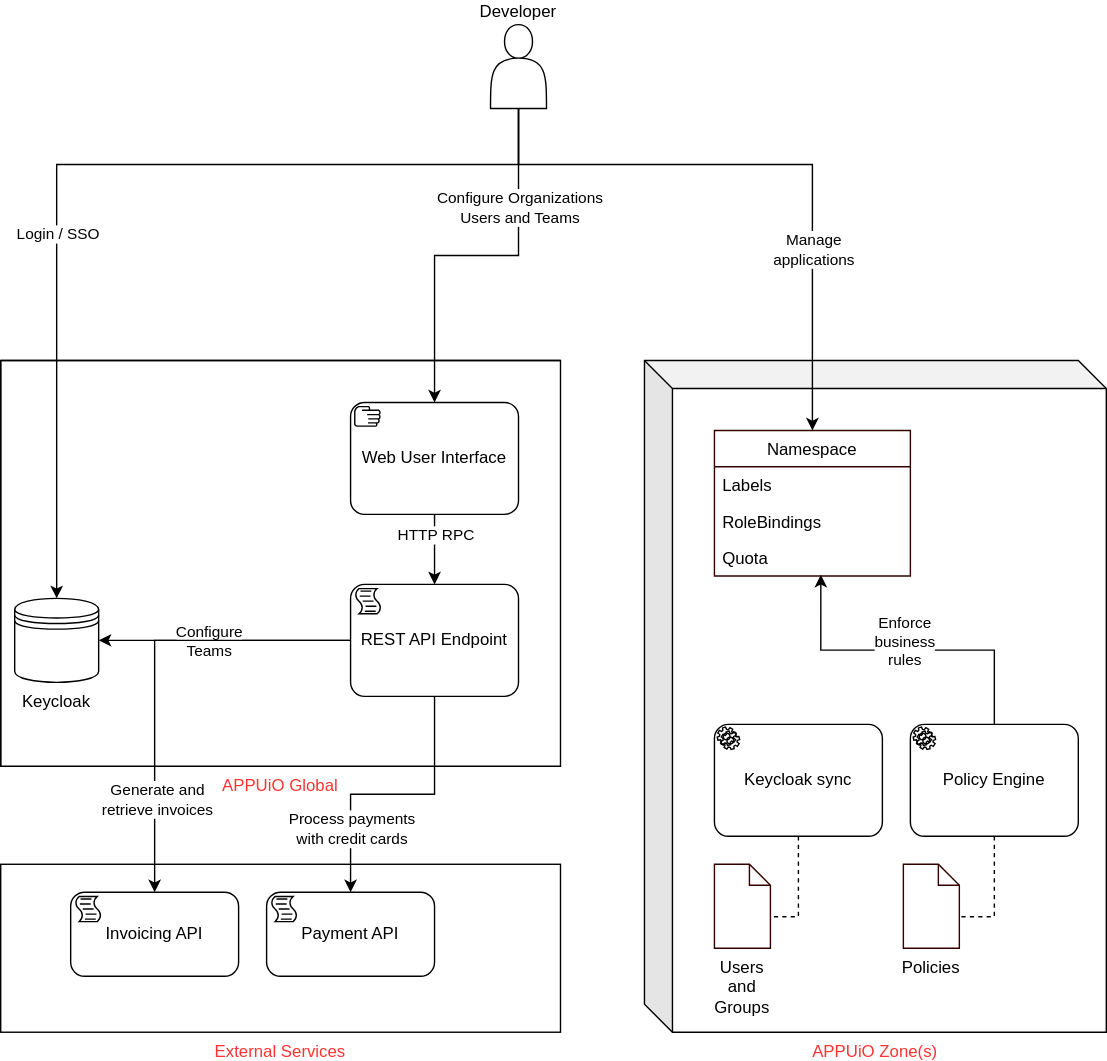
Above: docs/modules/ROOT/assets/images/system/systemidea.drawio.svg in appuio/appuio-io-docs (draw.io), before the change. Source tidied: cells renumbered, new cells last; positions are measured from the earlier drawing's top-left corner, leaving out a move shared by most shapes.
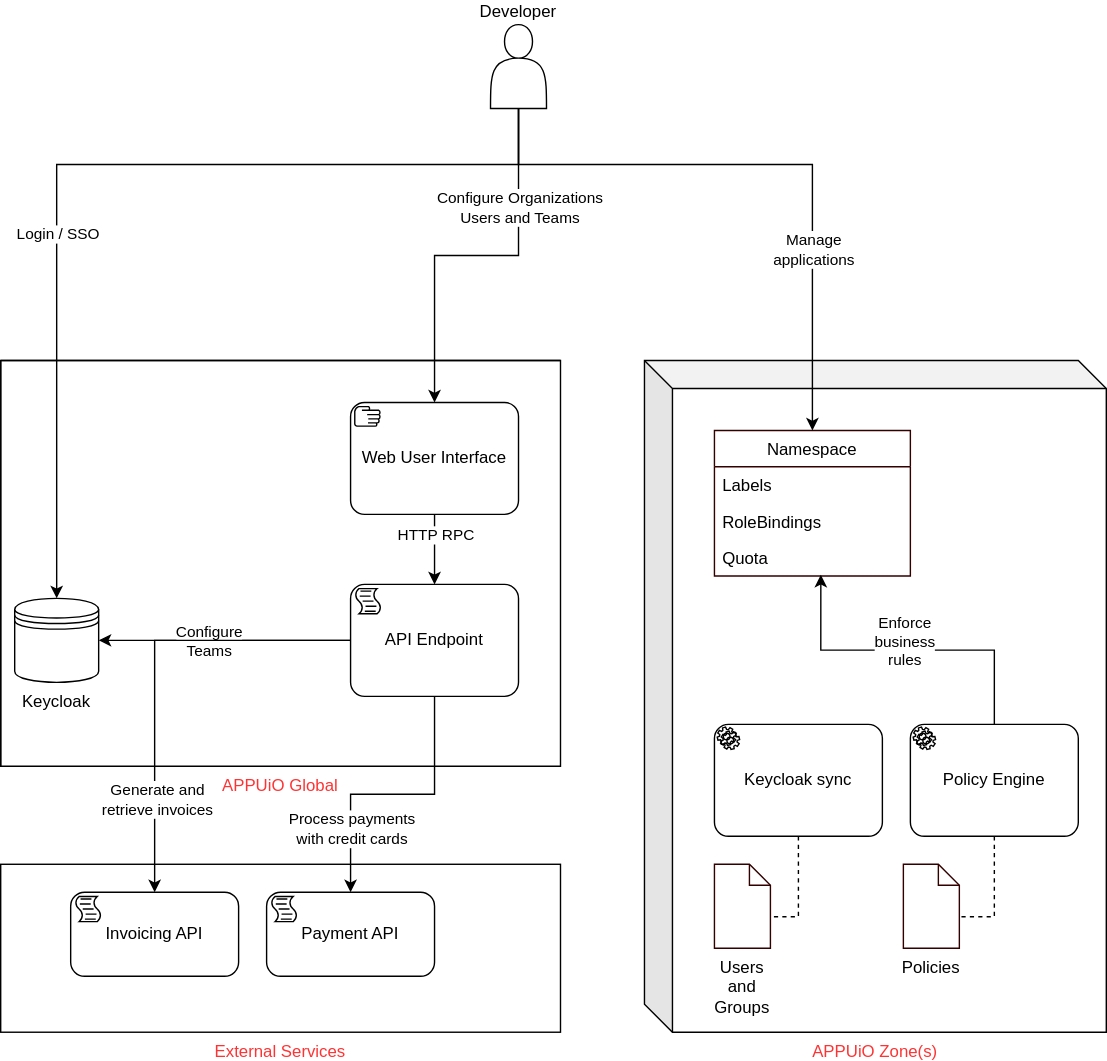
The same diagram one commit later.

Change to the diagram source:
```diff
@@ -133,7 +133,7 @@
     <mxCell id="34" value="Generate and&lt;br&gt;retrieve invoices" style="edgeLabel;html=1;align=center;verticalAlign=middle;fontColor=#000000;" parent="33" vertex="1">
       <mxGeometry x="0.58" y="1" relative="1" as="geometry" />
     </mxCell>
-    <mxCell id="35" value="REST API Endpoint" style="points=[[0.25,0,0],[0.5,0,0],[0.75,0,0],[1,0.25,0],[1,0.5,0],[1,0.75,0],[0.75,1,0],[0.5,1,0],[0.25,1,0],[0,0.75,0],[0,0.5,0],[0,0.25,0]];shape=mxgraph.bpmn.task;whiteSpace=wrap;rectStyle=rounded;size=10;taskMarker=script;" parent="1" vertex="1">
+    <mxCell id="35" value="API Endpoint" style="points=[[0.25,0,0],[0.5,0,0],[0.75,0,0],[1,0.25,0],[1,0.5,0],[1,0.75,0],[0.75,1,0],[0.5,1,0],[0.25,1,0],[0,0.75,0],[0,0.5,0],[0,0.25,0]];shape=mxgraph.bpmn.task;whiteSpace=wrap;rectStyle=rounded;size=10;taskMarker=script;" parent="1" vertex="1">
       <mxGeometry x="250" y="400" width="120" height="80" as="geometry" />
     </mxCell>
     <mxCell id="36" value="Invoicing API" style="points=[[0.25,0,0],[0.5,0,0],[0.75,0,0],[1,0.25,0],[1,0.5,0],[1,0.75,0],[0.75,1,0],[0.5,1,0],[0.25,1,0],[0,0.75,0],[0,0.5,0],[0,0.25,0]];shape=mxgraph.bpmn.task;whiteSpace=wrap;rectStyle=rounded;size=10;taskMarker=script;" parent="1" vertex="1">
```
